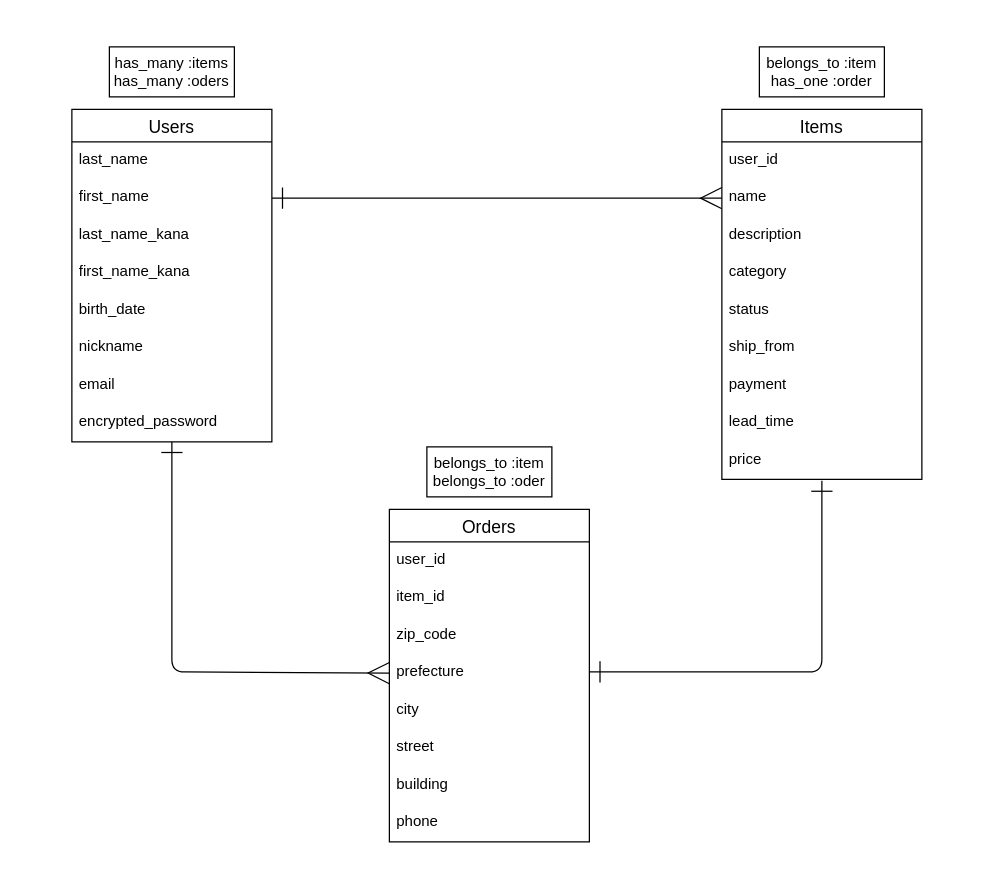
Earlier version of the draw.io diagram ER _Figure.dio (stone-shrine/furima-38890). Source tidied: cells renumbered, new cells numbered last; positions are measured from the earlier drawing's top-left corner, leaving out a move shared by most shapes. Both pictures are drawn from the tidied source at 125%, with x=0, y=0 at pixel (71, 46).
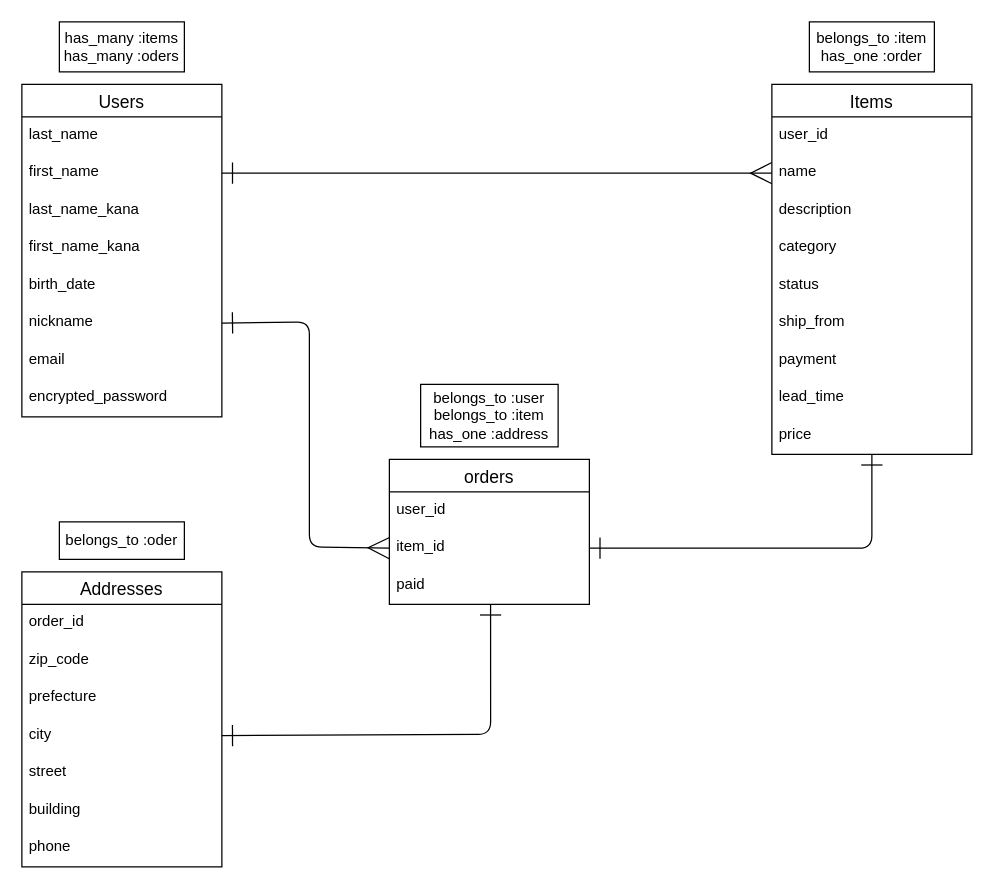
Above is the later version.

Commit message (it also covers changes not shown here):
ER図とテープルの修正

Unchanged cells that the change refers to:
```xml
<mxCell id="27" value="nickname" style="text;strokeColor=none;fillColor=none;spacingLeft=4;spacingRight=4;overflow=hidden;points=[[0,0.5],[1,0.5]];portConstraint=eastwest;fontSize=12;" parent="21" vertex="1">
  <mxGeometry y="176" width="160" height="30" as="geometry" />
</mxCell>
<mxCell id="29" value="encrypted_password" style="text;strokeColor=none;fillColor=none;spacingLeft=4;spacingRight=4;overflow=hidden;points=[[0,0.5],[1,0.5]];portConstraint=eastwest;fontSize=12;" parent="21" vertex="1">
  <mxGeometry y="236" width="160" height="30" as="geometry" />
</mxCell>
```

Change to the diagram source:
```diff
@@
+    <mxCell id="36" style="edgeStyle=none;html=1;fontColor=#FFFFFF;startArrow=ERone;startFill=0;endArrow=ERone;endFill=0;startSize=15;endSize=15;entryX=1;entryY=0.5;entryDx=0;entryDy=0;" parent="1" edge="1" source="2" target="14">
+      <mxGeometry relative="1" as="geometry">
+        <Array as="points">
+          <mxPoint x="640" y="401" />
+        </Array>
+      </mxGeometry>
+    </mxCell>
     <mxCell id="2" value="Items" style="swimlane;fontStyle=0;horizontal=1;startSize=26;align=center;fontSize=14;" parent="1" vertex="1">
-      <mxGeometry x="520" y="50" width="160" height="296" as="geometry" />
+      <mxGeometry x="560" y="30" width="160" height="296" as="geometry" />
     </mxCell>
@@
-    <mxCell id="12" value="Orders" style="swimlane;fontStyle=0;horizontal=1;startSize=26;align=center;fontSize=14;" parent="1" vertex="1">
-      <mxGeometry x="254" y="370" width="160" height="266" as="geometry" />
+    <mxCell id="12" value="Addresses" style="swimlane;fontStyle=0;horizontal=1;startSize=26;align=center;fontSize=14;" parent="1" vertex="1">
+      <mxGeometry x="-40" y="420" width="160" height="236" as="geometry" />
     </mxCell>
-    <mxCell id="13" value="user_id" style="text;strokeColor=none;fillColor=none;spacingLeft=4;spacingRight=4;overflow=hidden;fontSize=12;" parent="12" vertex="1">
+    <mxCell id="13" value="order_id" style="text;strokeColor=none;fillColor=none;spacingLeft=4;spacingRight=4;overflow=hidden;fontSize=12;" parent="12" vertex="1">
       <mxGeometry y="26" width="160" height="30" as="geometry" />
     </mxCell>
-    <mxCell id="14" value="item_id" style="text;strokeColor=none;fillColor=none;spacingLeft=4;spacingRight=4;overflow=hidden;points=[[0,0.5],[1,0.5]];portConstraint=eastwest;fontSize=12;" parent="12" vertex="1">
-      <mxGeometry y="56" width="160" height="30" as="geometry" />
-    </mxCell>
     <mxCell id="15" value="zip_code" style="text;strokeColor=none;fillColor=none;spacingLeft=4;spacingRight=4;overflow=hidden;fontSize=12;" parent="12" vertex="1">
-      <mxGeometry y="86" width="160" height="30" as="geometry" />
+      <mxGeometry y="56" width="160" height="30" as="geometry" />
     </mxCell>
     <mxCell id="16" value="prefecture" style="text;strokeColor=none;fillColor=none;spacingLeft=4;spacingRight=4;overflow=hidden;points=[[0,0.5],[1,0.5]];portConstraint=eastwest;fontSize=12;" parent="12" vertex="1">
-      <mxGeometry y="116" width="160" height="30" as="geometry" />
+      <mxGeometry y="86" width="160" height="30" as="geometry" />
     </mxCell>
     <mxCell id="17" value="city" style="text;strokeColor=none;fillColor=none;spacingLeft=4;spacingRight=4;overflow=hidden;points=[[0,0.5],[1,0.5]];portConstraint=eastwest;fontSize=12;" parent="12" vertex="1">
-      <mxGeometry y="146" width="160" height="30" as="geometry" />
+      <mxGeometry y="116" width="160" height="30" as="geometry" />
     </mxCell>
     <mxCell id="18" value="street" style="text;strokeColor=none;fillColor=none;spacingLeft=4;spacingRight=4;overflow=hidden;fontSize=12;" parent="12" vertex="1">
-      <mxGeometry y="176" width="160" height="30" as="geometry" />
+      <mxGeometry y="146" width="160" height="30" as="geometry" />
     </mxCell>
     <mxCell id="19" value="building" style="text;strokeColor=none;fillColor=none;spacingLeft=4;spacingRight=4;overflow=hidden;fontSize=12;" parent="12" vertex="1">
-      <mxGeometry y="206" width="160" height="30" as="geometry" />
+      <mxGeometry y="176" width="160" height="30" as="geometry" />
     </mxCell>
     <mxCell id="20" value="phone" style="text;strokeColor=none;fillColor=none;spacingLeft=4;spacingRight=4;overflow=hidden;fontSize=12;" parent="12" vertex="1">
-      <mxGeometry y="236" width="160" height="30" as="geometry" />
+      <mxGeometry y="206" width="160" height="30" as="geometry" />
     </mxCell>
     <mxCell id="21" value="Users" style="swimlane;fontStyle=0;horizontal=1;startSize=26;align=center;fontSize=14;" parent="1" vertex="1">
-      <mxGeometry y="50" width="160" height="266" as="geometry" />
+      <mxGeometry x="-40" y="30" width="160" height="266" as="geometry" />
     </mxCell>
@@
-    <mxCell id="30" style="edgeStyle=none;html=1;entryX=0;entryY=0.5;entryDx=0;entryDy=0;exitX=0.5;exitY=1;exitDx=0;exitDy=0;exitPerimeter=0;endArrow=ERmany;endFill=0;startArrow=ERone;startFill=0;endSize=15;startSize=15;" parent="1" edge="1" source="29" target="16">
-      <mxGeometry relative="1" as="geometry">
-        <Array as="points">
-          <mxPoint x="80" y="500" />
-        </Array>
-      </mxGeometry>
-    </mxCell>
@@
-    <mxCell id="32" style="edgeStyle=none;html=1;entryX=1;entryY=0.5;entryDx=0;entryDy=0;endArrow=ERone;endFill=0;startArrow=ERone;startFill=0;endSize=15;startSize=15;exitX=0.5;exitY=1.067;exitDx=0;exitDy=0;exitPerimeter=0;" parent="1" edge="1">
+    <mxCell id="32" style="edgeStyle=none;html=1;entryX=1;entryY=0.5;entryDx=0;entryDy=0;endArrow=ERone;endFill=0;startArrow=ERone;startFill=0;endSize=15;startSize=15;exitX=0.506;exitY=1;exitDx=0;exitDy=0;exitPerimeter=0;" parent="1" edge="1" source="39" target="17">
       <mxGeometry relative="1" as="geometry">
-        <mxPoint x="600" y="347" as="sourcePoint" />
-        <mxPoint x="414" y="500" as="targetPoint" />
         <Array as="points">
-          <mxPoint x="600" y="500" />
+          <mxPoint x="335" y="550" />
         </Array>
       </mxGeometry>
     </mxCell>
     <mxCell id="33" value="has_many :items&lt;br&gt;has_many :oders" style="whiteSpace=wrap;html=1;align=center;" parent="1" vertex="1">
-      <mxGeometry x="30" width="100" height="40" as="geometry" />
+      <mxGeometry x="-10" y="-20" width="100" height="40" as="geometry" />
     </mxCell>
     <mxCell id="34" value="belongs_to :item&lt;br&gt;has_one :order" style="whiteSpace=wrap;html=1;align=center;" parent="1" vertex="1">
-      <mxGeometry x="550" width="100" height="40" as="geometry" />
+      <mxGeometry x="590" y="-20" width="100" height="40" as="geometry" />
     </mxCell>
-    <mxCell id="35" value="belongs_to :item&lt;br&gt;belongs_to :oder" style="whiteSpace=wrap;html=1;align=center;" parent="1" vertex="1">
-      <mxGeometry x="284" y="320" width="100" height="40" as="geometry" />
+    <mxCell id="35" value="belongs_to :oder" style="whiteSpace=wrap;html=1;align=center;" parent="1" vertex="1">
+      <mxGeometry x="-10" y="380" width="100" height="30" as="geometry" />
     </mxCell>
+    <mxCell id="37" value="orders" style="swimlane;fontStyle=0;horizontal=1;startSize=26;align=center;fontSize=14;" parent="1" vertex="1">
+      <mxGeometry x="254" y="330" width="160" height="116" as="geometry" />
+    </mxCell>
+    <mxCell id="38" value="user_id" style="text;strokeColor=none;fillColor=none;spacingLeft=4;spacingRight=4;overflow=hidden;fontSize=12;" parent="37" vertex="1">
+      <mxGeometry y="26" width="160" height="30" as="geometry" />
+    </mxCell>
+    <mxCell id="14" value="item_id" style="text;strokeColor=none;fillColor=none;spacingLeft=4;spacingRight=4;overflow=hidden;points=[[0,0.5],[1,0.5]];portConstraint=eastwest;fontSize=12;" parent="37" vertex="1">
+      <mxGeometry y="56" width="160" height="30" as="geometry" />
+    </mxCell>
+    <mxCell id="39" value="paid" style="text;strokeColor=none;fillColor=none;spacingLeft=4;spacingRight=4;overflow=hidden;points=[[0,0.5],[1,0.5]];portConstraint=eastwest;fontSize=12;" parent="37" vertex="1">
+      <mxGeometry y="86" width="160" height="30" as="geometry" />
+    </mxCell>
+    <mxCell id="40" value="belongs_to :user&lt;br&gt;belongs_to :item&lt;br&gt;has_one :address" style="whiteSpace=wrap;html=1;align=center;" parent="1" vertex="1">
+      <mxGeometry x="279" y="270" width="110" height="50" as="geometry" />
+    </mxCell>
+    <mxCell id="41" style="edgeStyle=none;html=1;exitX=1;exitY=0.5;exitDx=0;exitDy=0;entryX=0;entryY=0.5;entryDx=0;entryDy=0;fontColor=#FFFFFF;startArrow=ERone;startFill=0;endArrow=ERmany;endFill=0;startSize=15;endSize=15;" parent="1" edge="1" source="27" target="14">
+      <mxGeometry relative="1" as="geometry">
+        <Array as="points">
+          <mxPoint x="190" y="220" />
+          <mxPoint x="190" y="400" />
+        </Array>
+      </mxGeometry>
+    </mxCell>
```
